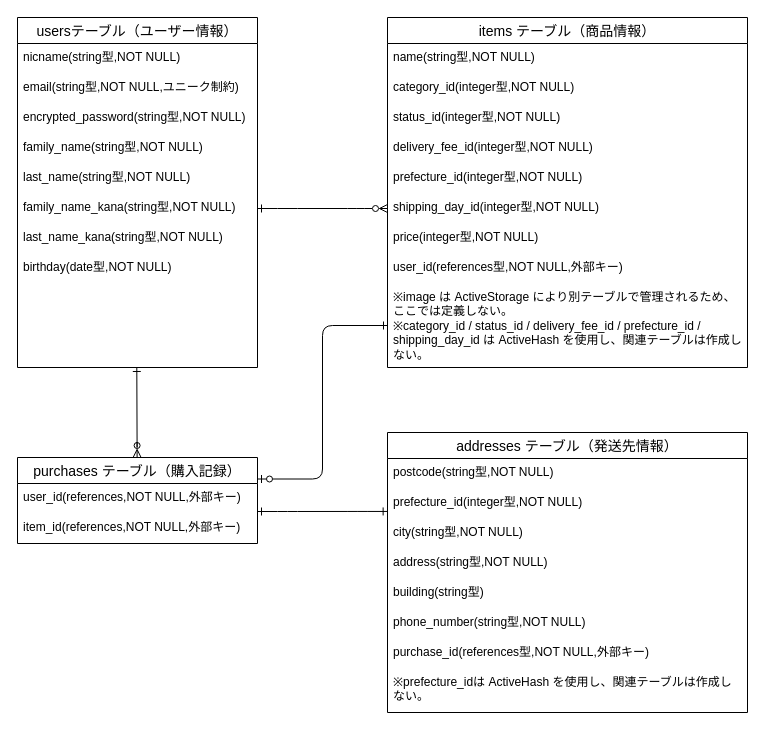
Before: database.dio in hatanatsu1993/furima-41902, a draw.io diagram. Source tidied: cells renumbered, new cells numbered last; positions are measured from the earlier drawing's top-left corner, leaving out a move shared by most shapes. Both pictures are drawn from the tidied source at 100%, with x=0, y=0 at pixel (17, 17).
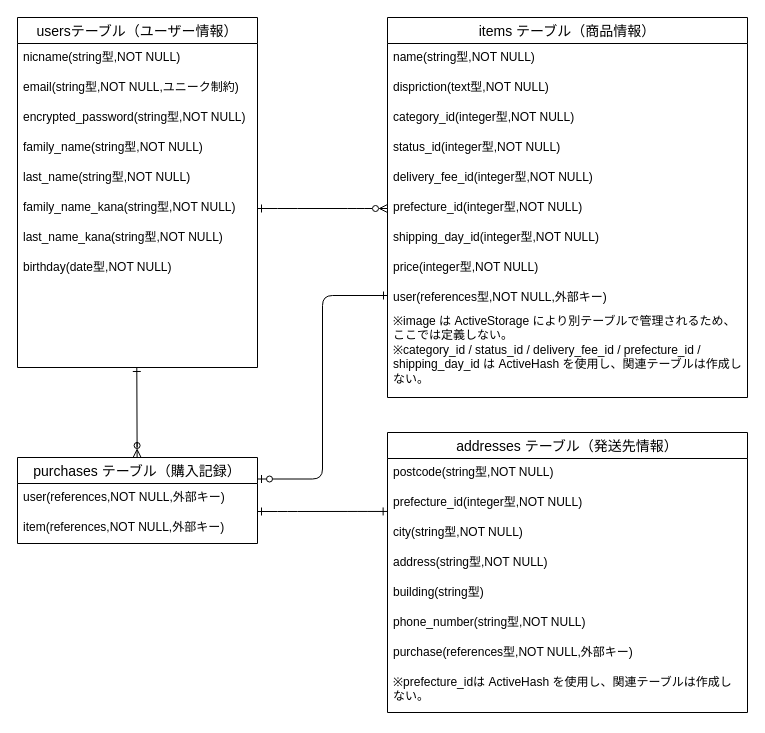
After the change.

Commit message (it also covers changes not shown here):
設計情報およびER図の指摘反映(1)

The change refers to these unchanged cells:
```xml
<mxCell id="2" value="addresses テーブル（発送先情報）" style="swimlane;fontStyle=0;horizontal=1;startSize=26;align=center;fontSize=14;" parent="1" vertex="1">
  <mxGeometry x="370" y="415" width="360" height="280" as="geometry" />
</mxCell>
<mxCell id="21" value="purchases テーブル（購入記録）" style="swimlane;fontStyle=0;horizontal=1;startSize=26;align=center;fontSize=14;" parent="1" vertex="1">
  <mxGeometry y="440" width="240" height="86" as="geometry" />
</mxCell>
```

What changed in the source:
```diff
@@
-    <mxCell id="9" value="purchase_id&lt;span style=&quot;color: rgb(0, 0, 0);&quot;&gt;(references型,NOT NULL,外部キー)&lt;/span&gt;" style="text;strokeColor=none;fillColor=none;spacingLeft=4;spacingRight=4;overflow=hidden;fontSize=12;whiteSpace=wrap;html=1;" parent="2" vertex="1">
+    <mxCell id="9" value="purchase&lt;span style=&quot;color: rgb(0, 0, 0);&quot;&gt;(references型,NOT NULL,外部キー)&lt;/span&gt;" style="text;strokeColor=none;fillColor=none;spacingLeft=4;spacingRight=4;overflow=hidden;fontSize=12;whiteSpace=wrap;html=1;" parent="2" vertex="1">
       <mxGeometry y="206" width="360" height="30" as="geometry" />
     </mxCell>
@@
     <mxCell id="11" value="items テーブル（商品情報）" style="swimlane;fontStyle=0;horizontal=1;startSize=26;align=center;fontSize=14;" parent="1" vertex="1">
-      <mxGeometry x="370" width="360" height="350" as="geometry" />
+      <mxGeometry x="370" width="360" height="380" as="geometry" />
     </mxCell>
@@
-    <mxCell id="13" value="&lt;span style=&quot;color: rgb(0, 0, 0);&quot;&gt;category_id(integer型,NOT NULL)&lt;/span&gt;" style="text;strokeColor=none;fillColor=none;spacingLeft=4;spacingRight=4;overflow=hidden;fontSize=12;whiteSpace=wrap;html=1;" parent="11" vertex="1">
+    <mxCell id="13" value="&lt;span style=&quot;color: rgb(0, 0, 0);&quot;&gt;dispriction(text型,NOT NULL)&lt;/span&gt;" style="text;strokeColor=none;fillColor=none;spacingLeft=4;spacingRight=4;overflow=hidden;fontSize=12;whiteSpace=wrap;html=1;" parent="11" vertex="1">
       <mxGeometry y="56" width="360" height="30" as="geometry" />
     </mxCell>
-    <mxCell id="14" value="&lt;span style=&quot;color: rgb(0, 0, 0);&quot;&gt;status_id&lt;/span&gt;&lt;span style=&quot;color: rgb(0, 0, 0);&quot;&gt;(integer型,NOT NULL)&lt;/span&gt;" style="text;strokeColor=none;fillColor=none;spacingLeft=4;spacingRight=4;overflow=hidden;fontSize=12;whiteSpace=wrap;html=1;" parent="11" vertex="1">
+    <mxCell id="14" value="&lt;span style=&quot;color: rgb(0, 0, 0);&quot;&gt;category_id(integer型,NOT NULL)&lt;/span&gt;" style="text;strokeColor=none;fillColor=none;spacingLeft=4;spacingRight=4;overflow=hidden;fontSize=12;whiteSpace=wrap;html=1;" parent="11" vertex="1">
       <mxGeometry y="86" width="360" height="30" as="geometry" />
     </mxCell>
-    <mxCell id="15" value="&lt;span style=&quot;color: rgb(0, 0, 0);&quot;&gt;delivery_fee_id&lt;/span&gt;&lt;span style=&quot;color: rgb(0, 0, 0);&quot;&gt;(integer型,NOT NULL)&lt;/span&gt;" style="text;strokeColor=none;fillColor=none;spacingLeft=4;spacingRight=4;overflow=hidden;fontSize=12;whiteSpace=wrap;html=1;" parent="11" vertex="1">
+    <mxCell id="15" value="&lt;span style=&quot;color: rgb(0, 0, 0);&quot;&gt;status_id&lt;/span&gt;&lt;span style=&quot;color: rgb(0, 0, 0);&quot;&gt;(integer型,NOT NULL)&lt;/span&gt;" style="text;strokeColor=none;fillColor=none;spacingLeft=4;spacingRight=4;overflow=hidden;fontSize=12;whiteSpace=wrap;html=1;" parent="11" vertex="1">
       <mxGeometry y="116" width="360" height="30" as="geometry" />
     </mxCell>
-    <mxCell id="16" value="&lt;span style=&quot;color: rgb(0, 0, 0);&quot;&gt;prefecture_id&lt;/span&gt;&lt;span style=&quot;color: rgb(0, 0, 0);&quot;&gt;(integer型,NOT NULL)&lt;/span&gt;" style="text;strokeColor=none;fillColor=none;spacingLeft=4;spacingRight=4;overflow=hidden;fontSize=12;whiteSpace=wrap;html=1;" parent="11" vertex="1">
+    <mxCell id="16" value="&lt;span style=&quot;color: rgb(0, 0, 0);&quot;&gt;delivery_fee_id&lt;/span&gt;&lt;span style=&quot;color: rgb(0, 0, 0);&quot;&gt;(integer型,NOT NULL)&lt;/span&gt;" style="text;strokeColor=none;fillColor=none;spacingLeft=4;spacingRight=4;overflow=hidden;fontSize=12;whiteSpace=wrap;html=1;" parent="11" vertex="1">
       <mxGeometry y="146" width="360" height="30" as="geometry" />
     </mxCell>
-    <mxCell id="17" value="&lt;span style=&quot;color: rgb(0, 0, 0);&quot;&gt;shipping_day_id&lt;/span&gt;&lt;span style=&quot;color: rgb(0, 0, 0);&quot;&gt;(integer型,NOT NULL)&lt;/span&gt;" style="text;strokeColor=none;fillColor=none;spacingLeft=4;spacingRight=4;overflow=hidden;points=[[0,0.5],[1,0.5]];portConstraint=eastwest;fontSize=12;whiteSpace=wrap;html=1;" parent="11" vertex="1">
+    <mxCell id="17" value="&lt;span style=&quot;color: rgb(0, 0, 0);&quot;&gt;prefecture_id&lt;/span&gt;&lt;span style=&quot;color: rgb(0, 0, 0);&quot;&gt;(integer型,NOT NULL)&lt;/span&gt;" style="text;strokeColor=none;fillColor=none;spacingLeft=4;spacingRight=4;overflow=hidden;points=[[0,0.5],[1,0.5]];portConstraint=eastwest;fontSize=12;whiteSpace=wrap;html=1;" parent="11" vertex="1">
       <mxGeometry y="176" width="360" height="30" as="geometry" />
     </mxCell>
-    <mxCell id="18" value="&lt;span style=&quot;color: rgb(0, 0, 0);&quot;&gt;price(integer型,NOT NULL)&lt;/span&gt;" style="text;strokeColor=none;fillColor=none;spacingLeft=4;spacingRight=4;overflow=hidden;fontSize=12;whiteSpace=wrap;html=1;" parent="11" vertex="1">
+    <mxCell id="18" value="&lt;span style=&quot;color: rgb(0, 0, 0);&quot;&gt;shipping_day_id&lt;/span&gt;&lt;span style=&quot;color: rgb(0, 0, 0);&quot;&gt;(integer型,NOT NULL)&lt;/span&gt;" style="text;strokeColor=none;fillColor=none;spacingLeft=4;spacingRight=4;overflow=hidden;fontSize=12;whiteSpace=wrap;html=1;" parent="11" vertex="1">
       <mxGeometry y="206" width="360" height="30" as="geometry" />
     </mxCell>
-    <mxCell id="19" value="&lt;span style=&quot;color: rgb(0, 0, 0);&quot;&gt;user_id(references型,NOT NULL,外部キー)&lt;/span&gt;" style="text;strokeColor=none;fillColor=none;spacingLeft=4;spacingRight=4;overflow=hidden;fontSize=12;whiteSpace=wrap;html=1;" parent="11" vertex="1">
+    <mxCell id="19" value="&lt;span style=&quot;color: rgb(0, 0, 0);&quot;&gt;price(integer型,NOT NULL)&lt;/span&gt;" style="text;strokeColor=none;fillColor=none;spacingLeft=4;spacingRight=4;overflow=hidden;fontSize=12;whiteSpace=wrap;html=1;" parent="11" vertex="1">
       <mxGeometry y="236" width="360" height="30" as="geometry" />
     </mxCell>
-    <mxCell id="20" value="※&lt;span style=&quot;background-color: transparent;&quot;&gt;&lt;font color=&quot;#000000&quot;&gt;image は ActiveStorage により別テーブルで管理されるため、ここでは定義しない。&lt;/font&gt;&lt;/span&gt;&lt;div&gt;&lt;span style=&quot;background-color: transparent;&quot;&gt;&lt;font color=&quot;#000000&quot;&gt;※&lt;/font&gt;&lt;/span&gt;&lt;span style=&quot;background-color: transparent;&quot;&gt;&lt;font color=&quot;#000000&quot;&gt;category_id / status_id / delivery_fee_id / prefecture_id / shipping_day_id は ActiveHash を使用し、関連テーブルは作成しない。&lt;/font&gt;&lt;/span&gt;&lt;/div&gt;&lt;div&gt;&lt;span style=&quot;background-color: transparent;&quot;&gt;&lt;br&gt;&lt;/span&gt;&lt;/div&gt;" style="text;strokeColor=none;fillColor=none;spacingLeft=4;spacingRight=4;overflow=hidden;points=[[0,0.5],[1,0.5]];portConstraint=eastwest;fontSize=12;whiteSpace=wrap;html=1;" parent="11" vertex="1">
-      <mxGeometry y="266" width="360" height="84" as="geometry" />
+    <mxCell id="20" value="&lt;div&gt;&lt;span style=&quot;color: rgb(0, 0, 0);&quot;&gt;user(references型,NOT NULL,外部キー)&lt;/span&gt;&lt;span style=&quot;background-color: transparent;&quot;&gt;&lt;/span&gt;&lt;/div&gt;" style="text;strokeColor=none;fillColor=none;spacingLeft=4;spacingRight=4;overflow=hidden;points=[[0,0.5],[1,0.5]];portConstraint=eastwest;fontSize=12;whiteSpace=wrap;html=1;" parent="11" vertex="1">
+      <mxGeometry y="266" width="360" height="24" as="geometry" />
     </mxCell>
+    <mxCell id="37" value="&lt;span style=&quot;color: rgb(0, 0, 0);&quot;&gt;※&lt;/span&gt;&lt;span style=&quot;background-color: transparent;&quot;&gt;image は ActiveStorage により別テーブルで管理されるため、ここでは定義しない。&lt;/span&gt;&lt;div&gt;&lt;span style=&quot;background-color: transparent;&quot;&gt;※&lt;/span&gt;&lt;span style=&quot;background-color: transparent;&quot;&gt;category_id / status_id / delivery_fee_id / prefecture_id / shipping_day_id は ActiveHash を使用し、関連テーブルは作成しない。&lt;/span&gt;&lt;/div&gt;&lt;div&gt;&lt;span style=&quot;background-color: transparent;&quot;&gt;&lt;br&gt;&lt;/span&gt;&lt;/div&gt;" style="text;strokeColor=none;fillColor=none;spacingLeft=4;spacingRight=4;overflow=hidden;fontSize=12;whiteSpace=wrap;html=1;" parent="11" vertex="1">
+      <mxGeometry y="290" width="360" height="90" as="geometry" />
+    </mxCell>
@@
-    <mxCell id="22" value="&lt;span style=&quot;color: rgb(0, 0, 0);&quot;&gt;user_id(references,NOT NULL,外部キー)&lt;/span&gt;" style="text;strokeColor=none;fillColor=none;spacingLeft=4;spacingRight=4;overflow=hidden;fontSize=12;whiteSpace=wrap;html=1;" parent="21" vertex="1">
+    <mxCell id="22" value="&lt;span style=&quot;color: rgb(0, 0, 0);&quot;&gt;user(references,NOT NULL,外部キー)&lt;/span&gt;" style="text;strokeColor=none;fillColor=none;spacingLeft=4;spacingRight=4;overflow=hidden;fontSize=12;whiteSpace=wrap;html=1;" parent="21" vertex="1">
       <mxGeometry y="26" width="240" height="30" as="geometry" />
     </mxCell>
-    <mxCell id="23" value="&lt;span style=&quot;color: rgb(0, 0, 0);&quot;&gt;item_id(references,NOT NULL,外部キー)&lt;/span&gt;" style="text;strokeColor=none;fillColor=none;spacingLeft=4;spacingRight=4;overflow=hidden;fontSize=12;whiteSpace=wrap;html=1;" parent="21" vertex="1">
+    <mxCell id="23" value="&lt;span style=&quot;color: rgb(0, 0, 0);&quot;&gt;item(references,NOT NULL,外部キー)&lt;/span&gt;" style="text;strokeColor=none;fillColor=none;spacingLeft=4;spacingRight=4;overflow=hidden;fontSize=12;whiteSpace=wrap;html=1;" parent="21" vertex="1">
       <mxGeometry y="56" width="240" height="30" as="geometry" />
     </mxCell>
```
